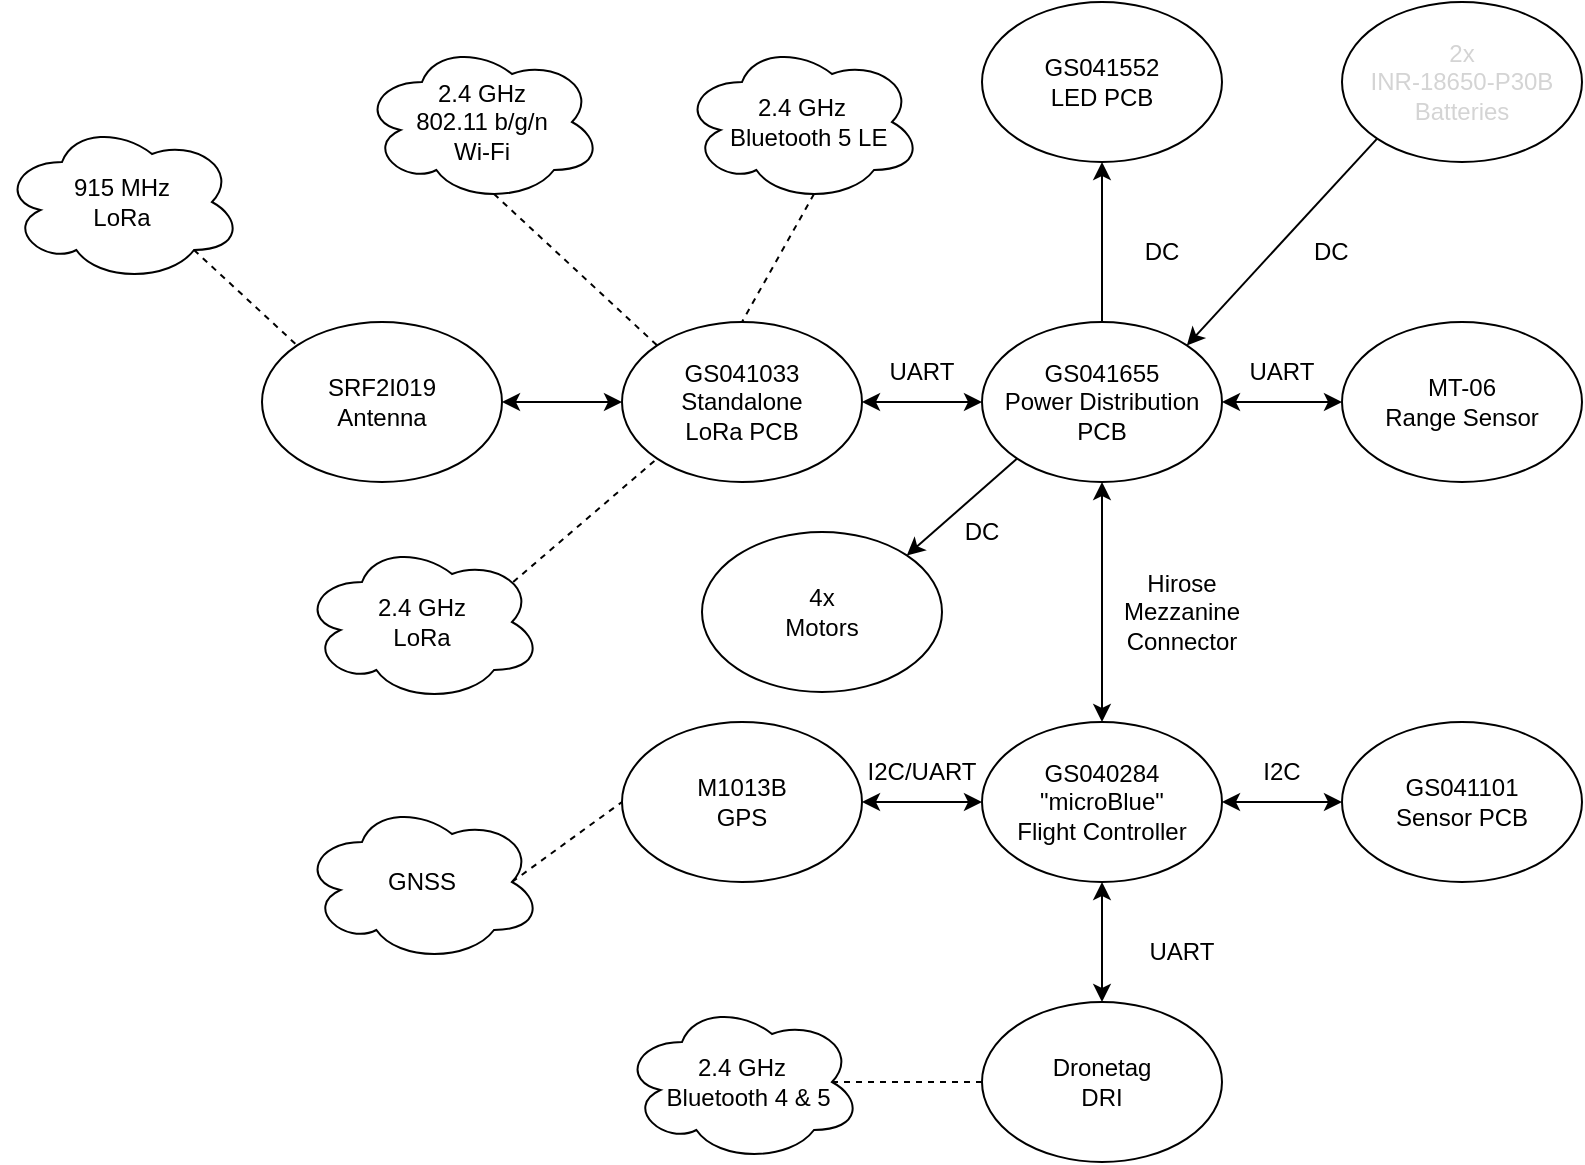
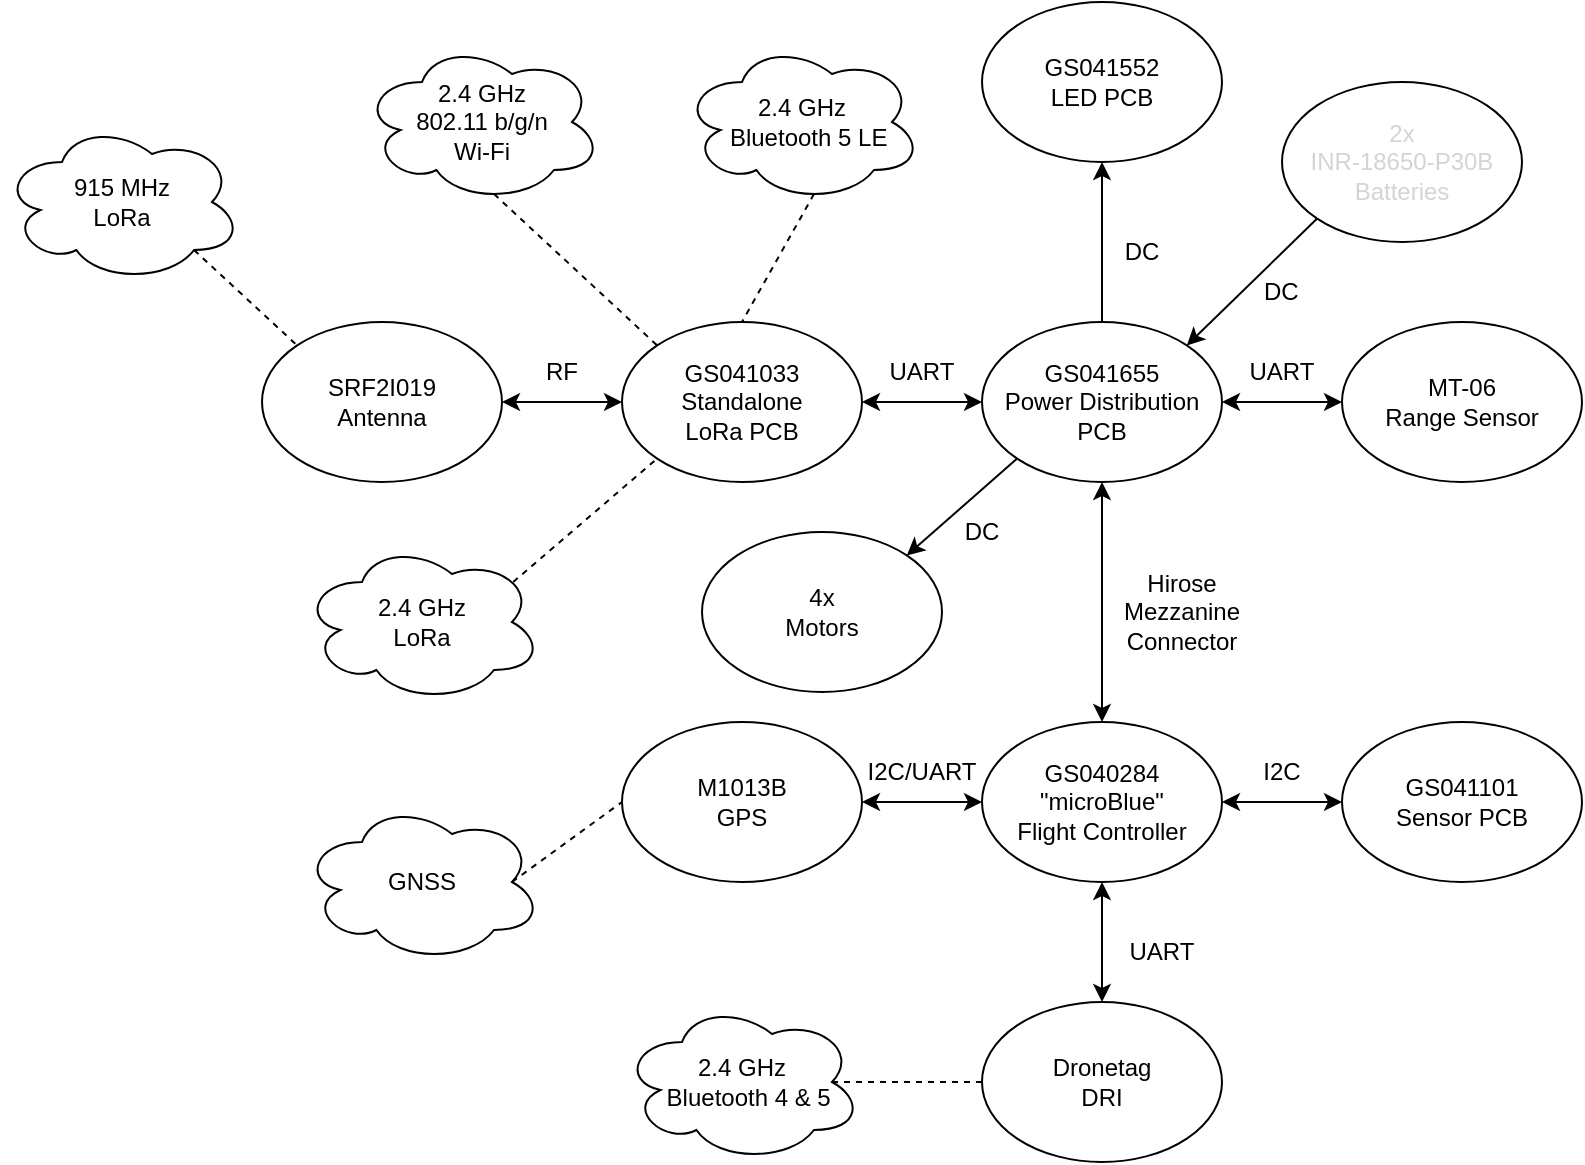
<mxfile host="app.diagrams.net">
  <diagram name="Page-1" id="Q99_MBWURrd7SVdslJ8p">
    <mxGraphModel dx="1414" dy="757" grid="1" gridSize="10" guides="1" tooltips="1" connect="1" arrows="1" fold="1" page="1" pageScale="1" pageWidth="850" pageHeight="1100" math="0" shadow="0">
      <root>
        <mxCell id="0" />
        <mxCell id="1" parent="0" />
        <mxCell id="8UqH8qmoLQt9KmtnvXob-1" parent="1" style="ellipse;whiteSpace=wrap;html=1;" value="GS041033&lt;br&gt;&lt;span style=&quot;background-color: transparent; color: light-dark(rgb(0, 0, 0), rgb(255, 255, 255));&quot;&gt;Standalone&lt;/span&gt;&lt;div&gt;LoRa PCB&lt;/div&gt;" vertex="1">
          <mxGeometry height="80" width="120" x="340" y="220" as="geometry" />
        </mxCell>
        <mxCell id="8UqH8qmoLQt9KmtnvXob-2" parent="1" style="ellipse;whiteSpace=wrap;html=1;" value="GS041552&lt;br&gt;LED PCB" vertex="1">
          <mxGeometry height="80" width="120" x="520" y="60" as="geometry" />
        </mxCell>
        <mxCell id="8UqH8qmoLQt9KmtnvXob-14" edge="1" parent="1" source="8UqH8qmoLQt9KmtnvXob-3" style="edgeStyle=none;rounded=0;orthogonalLoop=1;jettySize=auto;html=1;exitX=0.5;exitY=0;exitDx=0;exitDy=0;entryX=0.5;entryY=1;entryDx=0;entryDy=0;endArrow=classic;endFill=1;" target="8UqH8qmoLQt9KmtnvXob-2">
          <mxGeometry relative="1" as="geometry" />
        </mxCell>
        <mxCell id="KFNbXVUj55z7NAFzSrmu-5" edge="1" parent="1" source="8UqH8qmoLQt9KmtnvXob-3" style="rounded=0;orthogonalLoop=1;jettySize=auto;html=1;exitX=0;exitY=1;exitDx=0;exitDy=0;entryX=1;entryY=0;entryDx=0;entryDy=0;" target="KFNbXVUj55z7NAFzSrmu-4">
          <mxGeometry relative="1" as="geometry" />
        </mxCell>
        <mxCell id="8UqH8qmoLQt9KmtnvXob-3" parent="1" style="ellipse;whiteSpace=wrap;html=1;" value="GS041655&lt;br&gt;Power Distribution PCB" vertex="1">
          <mxGeometry height="80" width="120" x="520" y="220" as="geometry" />
        </mxCell>
        <mxCell id="8UqH8qmoLQt9KmtnvXob-18" edge="1" parent="1" source="8UqH8qmoLQt9KmtnvXob-7" style="edgeStyle=none;rounded=0;orthogonalLoop=1;jettySize=auto;html=1;exitX=0;exitY=0.5;exitDx=0;exitDy=0;entryX=1;entryY=0.5;entryDx=0;entryDy=0;endArrow=classic;endFill=1;startArrow=classic;startFill=1;" target="8UqH8qmoLQt9KmtnvXob-12">
          <mxGeometry relative="1" as="geometry" />
        </mxCell>
        <mxCell id="8UqH8qmoLQt9KmtnvXob-7" parent="1" style="ellipse;whiteSpace=wrap;html=1;" value="GS040284&lt;br&gt;&quot;microBlue&quot;&lt;br&gt;Flight Controller" vertex="1">
          <mxGeometry height="80" width="120" x="520" y="420" as="geometry" />
        </mxCell>
        <mxCell id="8UqH8qmoLQt9KmtnvXob-9" parent="1" style="ellipse;whiteSpace=wrap;html=1;" value="GS041101&lt;br&gt;Sensor PCB" vertex="1">
          <mxGeometry height="80" width="120" x="700" y="420" as="geometry" />
        </mxCell>
        <mxCell id="8UqH8qmoLQt9KmtnvXob-10" parent="1" style="ellipse;whiteSpace=wrap;html=1;" value="Dronetag&lt;br&gt;DRI" vertex="1">
          <mxGeometry height="80" width="120" x="520" y="560" as="geometry" />
        </mxCell>
        <mxCell id="8UqH8qmoLQt9KmtnvXob-11" parent="1" style="ellipse;whiteSpace=wrap;html=1;" value="MT-06&lt;br&gt;Range Sensor" vertex="1">
          <mxGeometry height="80" width="120" x="700" y="220" as="geometry" />
        </mxCell>
        <mxCell id="8UqH8qmoLQt9KmtnvXob-12" parent="1" style="ellipse;whiteSpace=wrap;html=1;" value="M1013B&lt;br&gt;GPS" vertex="1">
          <mxGeometry height="80" width="120" x="340" y="420" as="geometry" />
        </mxCell>
        <mxCell id="8UqH8qmoLQt9KmtnvXob-22" edge="1" parent="1" source="8UqH8qmoLQt9KmtnvXob-21" style="edgeStyle=none;rounded=0;orthogonalLoop=1;jettySize=auto;html=1;exitX=0.55;exitY=0.95;exitDx=0;exitDy=0;exitPerimeter=0;entryX=0;entryY=0;entryDx=0;entryDy=0;endArrow=none;endFill=0;dashed=1;" target="8UqH8qmoLQt9KmtnvXob-1">
          <mxGeometry relative="1" as="geometry" />
        </mxCell>
        <mxCell id="8UqH8qmoLQt9KmtnvXob-21" parent="1" style="ellipse;shape=cloud;whiteSpace=wrap;html=1;" value="2.4 GHz&lt;br&gt;802.11 b/g/n&lt;br&gt;Wi-Fi" vertex="1">
          <mxGeometry height="80" width="120" x="210" y="80" as="geometry" />
        </mxCell>
        <mxCell id="8UqH8qmoLQt9KmtnvXob-24" edge="1" parent="1" source="8UqH8qmoLQt9KmtnvXob-23" style="edgeStyle=none;rounded=0;orthogonalLoop=1;jettySize=auto;html=1;exitX=0.55;exitY=0.95;exitDx=0;exitDy=0;exitPerimeter=0;entryX=0.5;entryY=0;entryDx=0;entryDy=0;endArrow=none;endFill=0;dashed=1;" target="8UqH8qmoLQt9KmtnvXob-1">
          <mxGeometry relative="1" as="geometry" />
        </mxCell>
        <mxCell id="8UqH8qmoLQt9KmtnvXob-23" parent="1" style="ellipse;shape=cloud;whiteSpace=wrap;html=1;" value="2.4 GHz&lt;br&gt;&amp;nbsp; Bluetooth 5 LE" vertex="1">
          <mxGeometry height="80" width="120" x="370" y="80" as="geometry" />
        </mxCell>
        <mxCell id="8UqH8qmoLQt9KmtnvXob-25" parent="1" style="ellipse;shape=cloud;whiteSpace=wrap;html=1;" value="GNSS" vertex="1">
          <mxGeometry height="80" width="120" x="180" y="460" as="geometry" />
        </mxCell>
        <mxCell id="KFNbXVUj55z7NAFzSrmu-10" edge="1" parent="1" source="8UqH8qmoLQt9KmtnvXob-27" style="rounded=0;orthogonalLoop=1;jettySize=auto;html=1;exitX=0.8;exitY=0.8;exitDx=0;exitDy=0;exitPerimeter=0;entryX=0;entryY=0;entryDx=0;entryDy=0;endArrow=none;endFill=0;dashed=1;" target="KFNbXVUj55z7NAFzSrmu-7">
          <mxGeometry relative="1" as="geometry" />
        </mxCell>
        <mxCell id="8UqH8qmoLQt9KmtnvXob-27" parent="1" style="ellipse;shape=cloud;whiteSpace=wrap;html=1;" value="915 MHz&lt;br&gt;LoRa" vertex="1">
          <mxGeometry height="80" width="120" x="30" y="120" as="geometry" />
        </mxCell>
        <mxCell id="8UqH8qmoLQt9KmtnvXob-40" edge="1" parent="1" source="8UqH8qmoLQt9KmtnvXob-10" style="endArrow=classic;startArrow=classic;html=1;rounded=0;entryX=0.5;entryY=1;entryDx=0;entryDy=0;exitX=0.5;exitY=0;exitDx=0;exitDy=0;" target="8UqH8qmoLQt9KmtnvXob-7" value="">
          <mxGeometry height="50" relative="1" width="50" as="geometry">
            <mxPoint x="500" y="420" as="sourcePoint" />
            <mxPoint x="550" y="370" as="targetPoint" />
          </mxGeometry>
        </mxCell>
        <mxCell id="8UqH8qmoLQt9KmtnvXob-41" edge="1" parent="1" source="8UqH8qmoLQt9KmtnvXob-9" style="edgeStyle=none;rounded=0;orthogonalLoop=1;jettySize=auto;html=1;entryX=1;entryY=0.5;entryDx=0;entryDy=0;exitX=0;exitY=0.5;exitDx=0;exitDy=0;startArrow=classic;startFill=1;" target="8UqH8qmoLQt9KmtnvXob-7">
          <mxGeometry relative="1" as="geometry" />
        </mxCell>
        <mxCell id="8UqH8qmoLQt9KmtnvXob-42" edge="1" parent="1" source="8UqH8qmoLQt9KmtnvXob-7" style="endArrow=classic;startArrow=classic;html=1;rounded=0;entryX=0.5;entryY=1;entryDx=0;entryDy=0;exitX=0.5;exitY=0;exitDx=0;exitDy=0;" target="8UqH8qmoLQt9KmtnvXob-3" value="">
          <mxGeometry height="50" relative="1" width="50" as="geometry">
            <mxPoint x="500" y="420" as="sourcePoint" />
            <mxPoint x="550" y="370" as="targetPoint" />
          </mxGeometry>
        </mxCell>
        <mxCell id="8UqH8qmoLQt9KmtnvXob-44" edge="1" parent="1" source="8UqH8qmoLQt9KmtnvXob-3" style="endArrow=classic;startArrow=classic;html=1;rounded=0;exitX=1;exitY=0.5;exitDx=0;exitDy=0;entryX=0;entryY=0.5;entryDx=0;entryDy=0;" target="8UqH8qmoLQt9KmtnvXob-11" value="">
          <mxGeometry height="50" relative="1" width="50" as="geometry">
            <mxPoint x="620" y="320" as="sourcePoint" />
            <mxPoint x="670" y="270" as="targetPoint" />
          </mxGeometry>
        </mxCell>
        <mxCell id="8UqH8qmoLQt9KmtnvXob-45" edge="1" parent="1" source="8UqH8qmoLQt9KmtnvXob-1" style="endArrow=classic;startArrow=classic;html=1;rounded=0;entryX=0;entryY=0.5;entryDx=0;entryDy=0;exitX=1;exitY=0.5;exitDx=0;exitDy=0;" target="8UqH8qmoLQt9KmtnvXob-3" value="">
          <mxGeometry height="50" relative="1" width="50" as="geometry">
            <mxPoint x="500" y="420" as="sourcePoint" />
            <mxPoint x="550" y="370" as="targetPoint" />
          </mxGeometry>
        </mxCell>
        <mxCell id="8UqH8qmoLQt9KmtnvXob-46" edge="1" parent="1" source="8UqH8qmoLQt9KmtnvXob-25" style="endArrow=none;dashed=1;html=1;rounded=0;entryX=0;entryY=0.5;entryDx=0;entryDy=0;exitX=0.875;exitY=0.5;exitDx=0;exitDy=0;exitPerimeter=0;" target="8UqH8qmoLQt9KmtnvXob-12" value="">
          <mxGeometry height="50" relative="1" width="50" as="geometry">
            <mxPoint x="300" y="500" as="sourcePoint" />
            <mxPoint x="350" y="450" as="targetPoint" />
          </mxGeometry>
        </mxCell>
        <mxCell id="8UqH8qmoLQt9KmtnvXob-47" parent="1" style="text;html=1;whiteSpace=wrap;strokeColor=none;fillColor=none;align=center;verticalAlign=middle;rounded=0;" value="Hirose Mezzanine&lt;br&gt;Connector" vertex="1">
          <mxGeometry height="30" width="60" x="590" y="350" as="geometry" />
        </mxCell>
        <mxCell id="8UqH8qmoLQt9KmtnvXob-48" parent="1" style="text;html=1;whiteSpace=wrap;strokeColor=none;fillColor=none;align=center;verticalAlign=middle;rounded=0;" value="DC" vertex="1">
-           <mxGeometry height="30" width="60" x="580" y="170" as="geometry" />
+           <mxGeometry height="30" width="60" x="570" y="170" as="geometry" />
        </mxCell>
        <mxCell id="8UqH8qmoLQt9KmtnvXob-49" parent="1" style="text;html=1;whiteSpace=wrap;strokeColor=none;fillColor=none;align=center;verticalAlign=middle;rounded=0;" value="UART" vertex="1">
-           <mxGeometry height="30" width="60" x="590" y="520" as="geometry" />
+           <mxGeometry height="30" width="60" x="580" y="520" as="geometry" />
        </mxCell>
        <mxCell id="8UqH8qmoLQt9KmtnvXob-50" parent="1" style="text;html=1;whiteSpace=wrap;strokeColor=none;fillColor=none;align=center;verticalAlign=middle;rounded=0;" value="I2C/UART" vertex="1">
          <mxGeometry height="30" width="60" x="460" y="430" as="geometry" />
        </mxCell>
        <mxCell id="8UqH8qmoLQt9KmtnvXob-51" parent="1" style="text;html=1;whiteSpace=wrap;strokeColor=none;fillColor=none;align=center;verticalAlign=middle;rounded=0;" value="I2C" vertex="1">
          <mxGeometry height="30" width="60" x="640" y="430" as="geometry" />
        </mxCell>
        <mxCell id="8UqH8qmoLQt9KmtnvXob-52" parent="1" style="text;html=1;whiteSpace=wrap;strokeColor=none;fillColor=none;align=center;verticalAlign=middle;rounded=0;" value="UART" vertex="1">
          <mxGeometry height="30" width="60" x="460" y="230" as="geometry" />
        </mxCell>
        <mxCell id="8UqH8qmoLQt9KmtnvXob-54" edge="1" parent="1" source="8UqH8qmoLQt9KmtnvXob-53" style="edgeStyle=none;rounded=0;orthogonalLoop=1;jettySize=auto;html=1;exitX=0.875;exitY=0.5;exitDx=0;exitDy=0;exitPerimeter=0;entryX=0;entryY=0.5;entryDx=0;entryDy=0;dashed=1;endArrow=none;endFill=0;" target="8UqH8qmoLQt9KmtnvXob-10">
          <mxGeometry relative="1" as="geometry" />
        </mxCell>
        <mxCell id="8UqH8qmoLQt9KmtnvXob-53" parent="1" style="ellipse;shape=cloud;whiteSpace=wrap;html=1;" value="2.4 GHz&lt;br&gt;&amp;nbsp; &amp;nbsp;Bluetooth 4 &amp;amp; 5&amp;nbsp;" vertex="1">
          <mxGeometry height="80" width="120" x="340" y="560" as="geometry" />
        </mxCell>
        <mxCell id="8UqH8qmoLQt9KmtnvXob-55" parent="1" style="text;html=1;whiteSpace=wrap;strokeColor=none;fillColor=none;align=center;verticalAlign=middle;rounded=0;" value="UART" vertex="1">
          <mxGeometry height="30" width="60" x="640" y="230" as="geometry" />
        </mxCell>
        <mxCell id="8UqH8qmoLQt9KmtnvXob-59" edge="1" parent="1" source="8UqH8qmoLQt9KmtnvXob-58" style="edgeStyle=none;rounded=0;orthogonalLoop=1;jettySize=auto;html=1;exitX=0.88;exitY=0.25;exitDx=0;exitDy=0;exitPerimeter=0;entryX=0;entryY=1;entryDx=0;entryDy=0;dashed=1;endArrow=none;endFill=0;" target="8UqH8qmoLQt9KmtnvXob-1">
          <mxGeometry relative="1" as="geometry" />
        </mxCell>
        <mxCell id="8UqH8qmoLQt9KmtnvXob-58" parent="1" style="ellipse;shape=cloud;whiteSpace=wrap;html=1;" value="2.4 GHz&lt;br&gt;LoRa" vertex="1">
          <mxGeometry height="80" width="120" x="180" y="330" as="geometry" />
        </mxCell>
        <mxCell id="KFNbXVUj55z7NAFzSrmu-2" edge="1" parent="1" source="KFNbXVUj55z7NAFzSrmu-1" style="rounded=0;orthogonalLoop=1;jettySize=auto;html=1;exitX=0;exitY=1;exitDx=0;exitDy=0;entryX=1;entryY=0;entryDx=0;entryDy=0;" target="8UqH8qmoLQt9KmtnvXob-3">
          <mxGeometry relative="1" as="geometry" />
        </mxCell>
        <mxCell id="KFNbXVUj55z7NAFzSrmu-1" parent="1" style="ellipse;whiteSpace=wrap;html=1;" value="&lt;span style=&quot;white-space: pre;&quot;&gt;&lt;font style=&quot;color: light-dark(rgb(212, 212, 212), rgb(255, 255, 255));&quot; face=&quot;Helvetica&quot;&gt;2x&lt;br&gt;INR-18650-P30B&lt;br&gt;Batteries&lt;/font&gt;&lt;/span&gt;" vertex="1">
-           <mxGeometry height="80" width="120" x="700" y="60" as="geometry" />
+           <mxGeometry height="80" width="120" x="670" y="100" as="geometry" />
        </mxCell>
        <mxCell id="KFNbXVUj55z7NAFzSrmu-3" parent="1" style="text;strokeColor=none;fillColor=none;align=left;verticalAlign=middle;spacingLeft=4;spacingRight=4;overflow=hidden;points=[[0,0.5],[1,0.5]];portConstraint=eastwest;rotatable=0;whiteSpace=wrap;html=1;" value="DC" vertex="1">
-           <mxGeometry height="30" width="30" x="680" y="170" as="geometry" />
+           <mxGeometry height="30" width="30" x="655" y="190" as="geometry" />
        </mxCell>
        <mxCell id="KFNbXVUj55z7NAFzSrmu-4" parent="1" style="ellipse;whiteSpace=wrap;html=1;" value="4x&lt;br&gt;Motors" vertex="1">
          <mxGeometry height="80" width="120" x="380" y="325" as="geometry" />
        </mxCell>
        <mxCell id="KFNbXVUj55z7NAFzSrmu-6" parent="1" style="text;html=1;whiteSpace=wrap;strokeColor=none;fillColor=none;align=center;verticalAlign=middle;rounded=0;" value="DC" vertex="1">
          <mxGeometry height="30" width="60" x="490" y="310" as="geometry" />
        </mxCell>
        <mxCell id="KFNbXVUj55z7NAFzSrmu-9" edge="1" parent="1" source="KFNbXVUj55z7NAFzSrmu-7" style="edgeStyle=orthogonalEdgeStyle;rounded=0;orthogonalLoop=1;jettySize=auto;html=1;exitX=1;exitY=0.5;exitDx=0;exitDy=0;entryX=0;entryY=0.5;entryDx=0;entryDy=0;startArrow=classic;startFill=1;" target="8UqH8qmoLQt9KmtnvXob-1">
          <mxGeometry relative="1" as="geometry" />
        </mxCell>
        <mxCell id="KFNbXVUj55z7NAFzSrmu-7" parent="1" style="ellipse;whiteSpace=wrap;html=1;" value="SRF2I019&lt;br&gt;Antenna" vertex="1">
          <mxGeometry height="80" width="120" x="160" y="220" as="geometry" />
        </mxCell>
+         <mxCell id="OdqahTeWmdtA4F4taa2P-1" parent="1" style="text;html=1;whiteSpace=wrap;strokeColor=none;fillColor=none;align=center;verticalAlign=middle;rounded=0;" value="RF" vertex="1">
+           <mxGeometry height="30" width="60" x="280" y="230" as="geometry" />
+         </mxCell>
      </root>
    </mxGraphModel>
  </diagram>
</mxfile>
